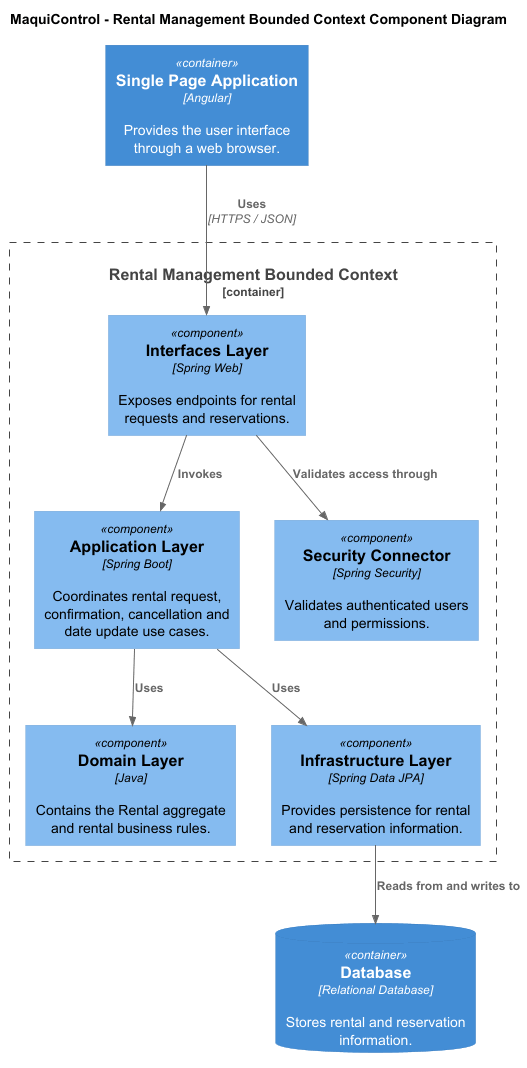
This is assets/c4-rental-management-component-diagram.png from AndesHeavyTech/MaquiControl, a PlantUML export, as it was before one commit.
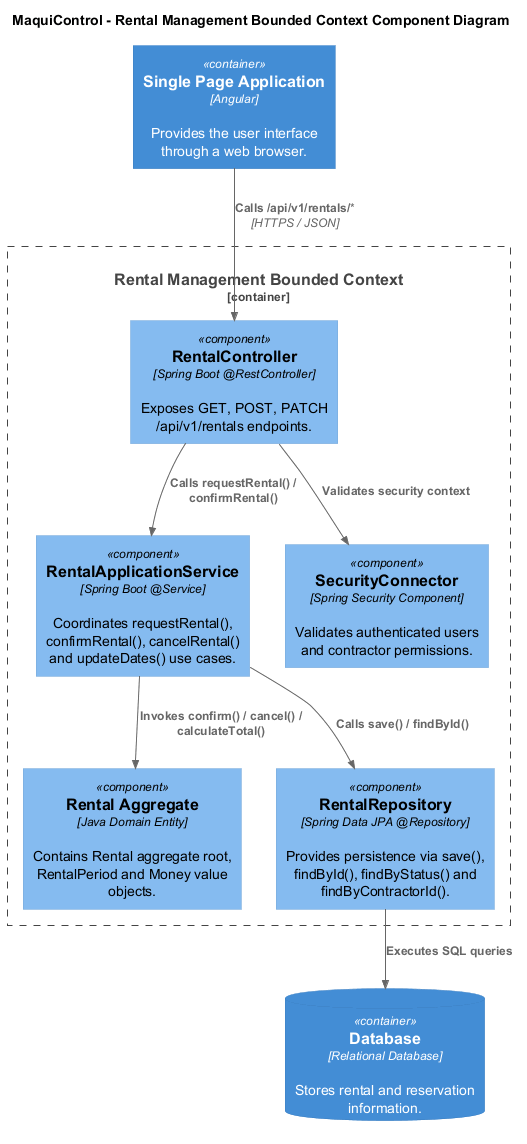
After the commit.

Change to the diagram source:
```diff
@@ -7,24 +7,24 @@
 
 Container_Boundary(rental, "Rental Management Bounded Context") {
 
-    Component(interfaces, "Interfaces Layer", "Spring Web", "Exposes endpoints for rental requests and reservations.")
+    Component(interfaces, "RentalController", "Spring Boot @RestController", "Exposes GET, POST, PATCH /api/v1/rentals endpoints.")
 
-    Component(application, "Application Layer", "Spring Boot", "Coordinates rental request, confirmation, cancellation and date update use cases.")
+    Component(application, "RentalApplicationService", "Spring Boot @Service", "Coordinates requestRental(), confirmRental(), cancelRental() and updateDates() use cases.")
 
-    Component(domain, "Domain Layer", "Java", "Contains the Rental aggregate and rental business rules.")
+    Component(domain, "Rental Aggregate", "Java Domain Entity", "Contains Rental aggregate root, RentalPeriod and Money value objects.")
 
-    Component(infrastructure, "Infrastructure Layer", "Spring Data JPA", "Provides persistence for rental and reservation information.")
+    Component(infrastructure, "RentalRepository", "Spring Data JPA @Repository", "Provides persistence via save(), findById(), findByStatus() and findByContractorId().")
 
-    Component(security, "Security Connector", "Spring Security", "Validates authenticated users and permissions.")
+    Component(security, "SecurityConnector", "Spring Security Component", "Validates authenticated users and contractor permissions.")
 }
 
 ContainerDb(database, "Database", "Relational Database", "Stores rental and reservation information.")
 
-Rel(webapp, interfaces, "Uses", "HTTPS / JSON")
-Rel(interfaces, application, "Invokes")
-Rel(application, domain, "Uses")
-Rel(application, infrastructure, "Uses")
-Rel(infrastructure, database, "Reads from and writes to")
-Rel(interfaces, security, "Validates access through")
+Rel(webapp, interfaces, "Calls /api/v1/rentals/*", "HTTPS / JSON")
+Rel(interfaces, application, "Calls requestRental() / confirmRental()")
+Rel(application, domain, "Invokes confirm() / cancel() / calculateTotal()")
+Rel(application, infrastructure, "Calls save() / findById()")
+Rel(infrastructure, database, "Executes SQL queries")
+Rel(interfaces, security, "Validates security context")
 
 @enduml
```
